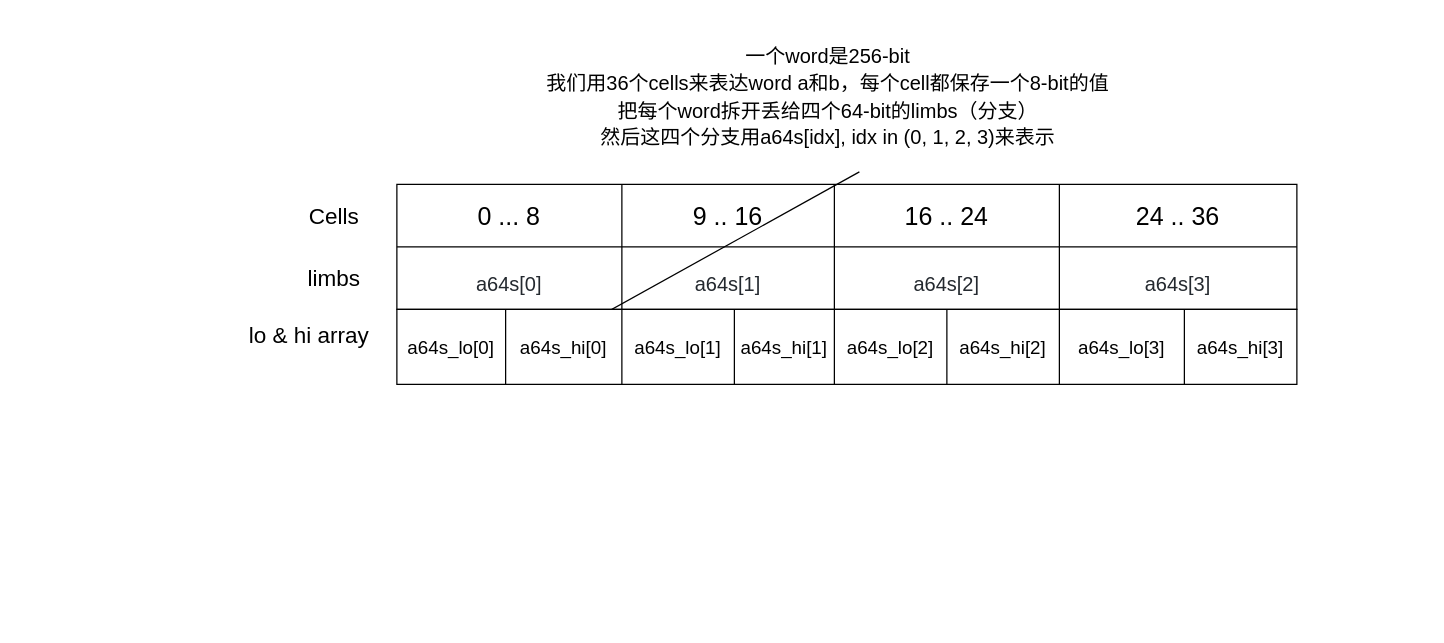
Before: zkevm/SAR opcode.drawio in 0xyicheng/a-research-diagram, a draw.io diagram. Source tidied: cells renumbered, new cells numbered last; positions are measured from the earlier drawing's top-left corner, leaving out a move shared by most shapes. Both pictures are drawn from the tidied source at 125%, with x=0, y=0 at pixel (234, 34).
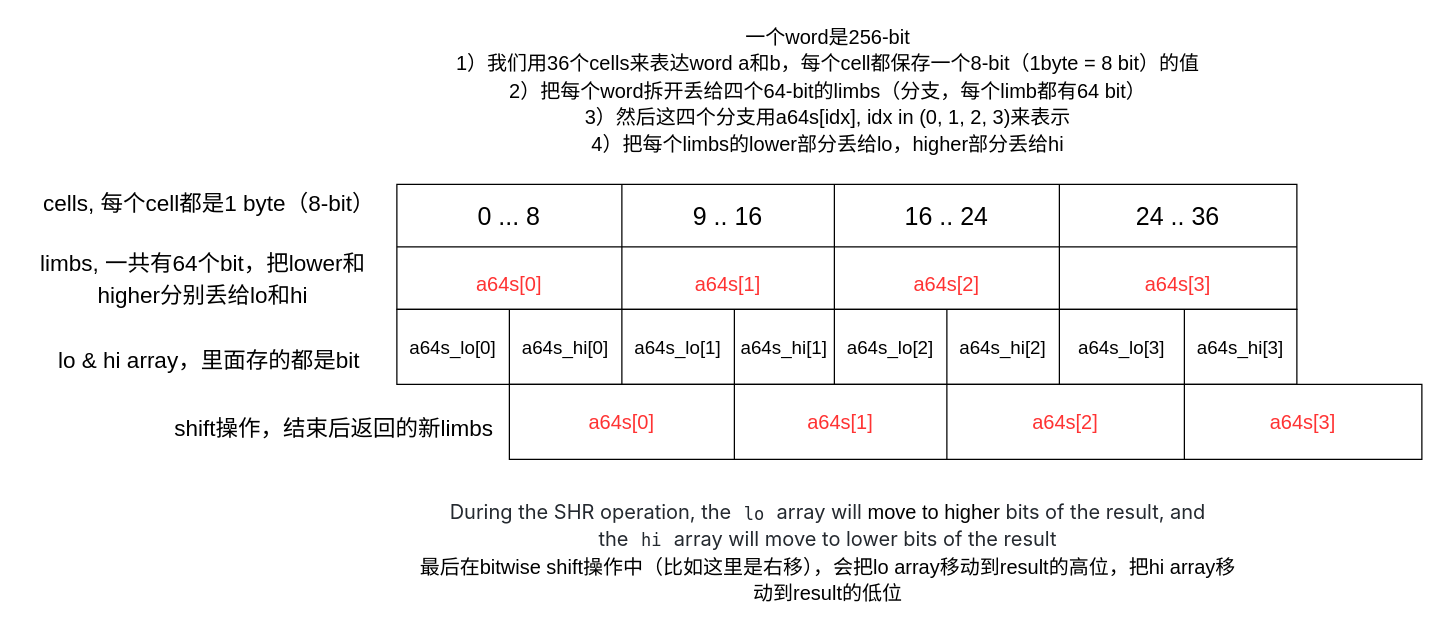
After the change.

Unchanged cells that the change refers to:
```xml
<mxCell id="2" style="shape=table;html=1;whiteSpace=wrap;startSize=0;childLayout=tableLayout;" parent="1" vertex="1">
  <mxGeometry x="130" y="120" width="720" height="100" as="geometry" />
</mxCell>
<mxCell id="8" style="shape=tableRow;horizontal=0;startSize=0;swimlaneHead=0;swimlaneBody=0;top=0;left=0;bottom=0;right=0;fillColor=none;" parent="2" vertex="1">
  <mxGeometry y="50" width="720" height="50" as="geometry" />
</mxCell>
<mxCell id="19" style="shape=tableRow;horizontal=0;startSize=0;swimlaneHead=0;swimlaneBody=0;top=0;left=0;bottom=0;right=0;fillColor=none;fontFamily=Helvetica;fontSize=16;" parent="18" vertex="1">
  <mxGeometry width="720" height="60" as="geometry" />
</mxCell>
```

The edit, as a diff of the source:
```diff
@@
-    <mxCell id="9" value="&lt;pre style=&quot;box-sizing: border-box; margin-top: 0px; margin-bottom: 16px; overflow-wrap: normal; padding: 16px; overflow: auto; line-height: 1.45; background-color: var(--color-canvas-subtle); border-radius: 6px; color: rgb(36, 41, 47);&quot; class=&quot;notranslate&quot;&gt;&lt;code style=&quot;box-sizing: border-box; padding: 0px; margin: 0px; background: transparent; border-radius: 6px; word-break: normal; border: 0px; display: inline; overflow: visible; line-height: inherit; overflow-wrap: normal;&quot;&gt;&lt;font face=&quot;Helvetica&quot; style=&quot;font-size: 16px;&quot;&gt;a64s[0]&lt;/font&gt;&lt;/code&gt;&lt;/pre&gt;" style="shape=partialRectangle;html=1;whiteSpace=wrap;fillColor=none;top=0;left=0;bottom=0;right=0;overflow=hidden;align=center;" parent="8" vertex="1">
+    <mxCell id="9" value="&lt;pre style=&quot;box-sizing: border-box; margin-top: 0px; margin-bottom: 16px; overflow-wrap: normal; padding: 16px; overflow: auto; line-height: 1.45; background-color: var(--color-canvas-subtle); border-radius: 6px;&quot; class=&quot;notranslate&quot;&gt;&lt;code style=&quot;box-sizing: border-box; padding: 0px; margin: 0px; background: transparent; border-radius: 6px; word-break: normal; border: 0px; display: inline; overflow: visible; line-height: inherit; overflow-wrap: normal;&quot;&gt;&lt;font color=&quot;#ff3333&quot; face=&quot;Helvetica&quot; style=&quot;font-size: 16px;&quot;&gt;a64s[0]&lt;/font&gt;&lt;/code&gt;&lt;/pre&gt;" style="shape=partialRectangle;html=1;whiteSpace=wrap;fillColor=none;top=0;left=0;bottom=0;right=0;overflow=hidden;align=center;" parent="8" vertex="1">
       <mxGeometry width="180" height="50" as="geometry" />
     </mxCell>
-    <mxCell id="10" value="&lt;pre style=&quot;background-color: var(--color-canvas-subtle); box-sizing: border-box; margin-top: 0px; margin-bottom: 16px; overflow-wrap: normal; padding: 16px; overflow: auto; line-height: 1.45; border-radius: 6px; color: rgb(36, 41, 47);&quot; class=&quot;notranslate&quot;&gt;&lt;code style=&quot;box-sizing: border-box; padding: 0px; margin: 0px; background: transparent; border-radius: 6px; word-break: normal; border: 0px; display: inline; overflow: visible; line-height: inherit; overflow-wrap: normal;&quot;&gt;&lt;font face=&quot;Helvetica&quot; style=&quot;font-size: 16px;&quot;&gt;a64s[1]&lt;/font&gt;&lt;/code&gt;&lt;/pre&gt;" style="shape=partialRectangle;html=1;whiteSpace=wrap;fillColor=none;top=0;left=0;bottom=0;right=0;overflow=hidden;" parent="8" vertex="1">
+    <mxCell id="10" value="&lt;pre style=&quot;background-color: var(--color-canvas-subtle); box-sizing: border-box; margin-top: 0px; margin-bottom: 16px; overflow-wrap: normal; padding: 16px; overflow: auto; line-height: 1.45; border-radius: 6px;&quot; class=&quot;notranslate&quot;&gt;&lt;code style=&quot;box-sizing: border-box; padding: 0px; margin: 0px; background: transparent; border-radius: 6px; word-break: normal; border: 0px; display: inline; overflow: visible; line-height: inherit; overflow-wrap: normal;&quot;&gt;&lt;font color=&quot;#ff3333&quot; face=&quot;Helvetica&quot; style=&quot;font-size: 16px;&quot;&gt;a64s[1]&lt;/font&gt;&lt;/code&gt;&lt;/pre&gt;" style="shape=partialRectangle;html=1;whiteSpace=wrap;fillColor=none;top=0;left=0;bottom=0;right=0;overflow=hidden;" parent="8" vertex="1">
       <mxGeometry x="180" width="170" height="50" as="geometry" />
     </mxCell>
-    <mxCell id="11" value="&lt;pre style=&quot;background-color: var(--color-canvas-subtle); box-sizing: border-box; margin-top: 0px; margin-bottom: 16px; overflow-wrap: normal; padding: 16px; overflow: auto; line-height: 1.45; border-radius: 6px; color: rgb(36, 41, 47);&quot; class=&quot;notranslate&quot;&gt;&lt;code style=&quot;box-sizing: border-box; padding: 0px; margin: 0px; background: transparent; border-radius: 6px; word-break: normal; border: 0px; display: inline; overflow: visible; line-height: inherit; overflow-wrap: normal;&quot;&gt;&lt;font face=&quot;Helvetica&quot; style=&quot;font-size: 16px;&quot;&gt;a64s[2]&lt;/font&gt;&lt;/code&gt;&lt;/pre&gt;" style="shape=partialRectangle;html=1;whiteSpace=wrap;fillColor=none;top=0;left=0;bottom=0;right=0;overflow=hidden;" parent="8" vertex="1">
+    <mxCell id="11" value="&lt;pre style=&quot;background-color: var(--color-canvas-subtle); box-sizing: border-box; margin-top: 0px; margin-bottom: 16px; overflow-wrap: normal; padding: 16px; overflow: auto; line-height: 1.45; border-radius: 6px;&quot; class=&quot;notranslate&quot;&gt;&lt;code style=&quot;box-sizing: border-box; padding: 0px; margin: 0px; background: transparent; border-radius: 6px; word-break: normal; border: 0px; display: inline; overflow: visible; line-height: inherit; overflow-wrap: normal;&quot;&gt;&lt;font color=&quot;#ff3333&quot; face=&quot;Helvetica&quot; style=&quot;font-size: 16px;&quot;&gt;a64s[2]&lt;/font&gt;&lt;/code&gt;&lt;/pre&gt;" style="shape=partialRectangle;html=1;whiteSpace=wrap;fillColor=none;top=0;left=0;bottom=0;right=0;overflow=hidden;" parent="8" vertex="1">
       <mxGeometry x="350" width="180" height="50" as="geometry" />
     </mxCell>
-    <mxCell id="12" value="&lt;pre style=&quot;background-color: var(--color-canvas-subtle); box-sizing: border-box; margin-top: 0px; margin-bottom: 16px; overflow-wrap: normal; padding: 16px; overflow: auto; line-height: 1.45; border-radius: 6px; color: rgb(36, 41, 47);&quot; class=&quot;notranslate&quot;&gt;&lt;code style=&quot;box-sizing: border-box; padding: 0px; margin: 0px; background: transparent; border-radius: 6px; word-break: normal; border: 0px; display: inline; overflow: visible; line-height: inherit; overflow-wrap: normal;&quot;&gt;&lt;font face=&quot;Helvetica&quot; style=&quot;font-size: 16px;&quot;&gt;a64s[3]&lt;/font&gt;&lt;/code&gt;&lt;/pre&gt;" style="shape=partialRectangle;html=1;whiteSpace=wrap;fillColor=none;top=0;left=0;bottom=0;right=0;overflow=hidden;" parent="8" vertex="1">
+    <mxCell id="12" value="&lt;pre style=&quot;background-color: var(--color-canvas-subtle); box-sizing: border-box; margin-top: 0px; margin-bottom: 16px; overflow-wrap: normal; padding: 16px; overflow: auto; line-height: 1.45; border-radius: 6px;&quot; class=&quot;notranslate&quot;&gt;&lt;code style=&quot;box-sizing: border-box; padding: 0px; margin: 0px; background: transparent; border-radius: 6px; word-break: normal; border: 0px; display: inline; overflow: visible; line-height: inherit; overflow-wrap: normal;&quot;&gt;&lt;font color=&quot;#ff3333&quot; face=&quot;Helvetica&quot; style=&quot;font-size: 16px;&quot;&gt;a64s[3]&lt;/font&gt;&lt;/code&gt;&lt;/pre&gt;" style="shape=partialRectangle;html=1;whiteSpace=wrap;fillColor=none;top=0;left=0;bottom=0;right=0;overflow=hidden;" parent="8" vertex="1">
       <mxGeometry x="530" width="190" height="50" as="geometry" />
     </mxCell>
-    <mxCell id="13" style="endArrow=none;html=1;rounded=0;fontFamily=Helvetica;fontSize=16;exitX=0.118;exitY=0.02;exitDx=0;exitDy=0;exitPerimeter=0;" parent="2" edge="1">
-      <mxGeometry relative="1" as="geometry">
-        <mxPoint x="370" y="-10" as="sourcePoint" />
-        <mxPoint x="82" y="150" as="targetPoint" />
-      </mxGeometry>
-    </mxCell>
-    <mxCell id="14" value="&lt;font style=&quot;font-size: 18px;&quot;&gt;Cells&lt;/font&gt;" style="text;html=1;strokeColor=none;fillColor=none;align=center;verticalAlign=middle;whiteSpace=wrap;rounded=0;fontSize=20;" parent="1" vertex="1">
-      <mxGeometry x="50" y="130" width="60" height="30" as="geometry" />
+    <mxCell id="14" value="&lt;font style=&quot;font-size: 18px;&quot;&gt;cells, 每个cell都是1 byte（8-bit）&lt;/font&gt;" style="text;html=1;strokeColor=none;fillColor=none;align=center;verticalAlign=middle;whiteSpace=wrap;rounded=0;fontSize=20;" parent="1" vertex="1">
+      <mxGeometry x="-160" y="120" width="280" height="30" as="geometry" />
     </mxCell>
-    <mxCell id="15" value="&lt;font style=&quot;font-size: 16px;&quot;&gt;一个word是256-bit&lt;br&gt;我们用36个cells来表达word a和b，每个cell都保存一个8-bit的值&lt;br&gt;把每个word拆开丢给四个64-bit的limbs（分支）&lt;br&gt;然后这四个分支用a64s[idx], idx in (0, 1, 2, 3)来表示&lt;br&gt;&lt;/font&gt;" style="text;html=1;strokeColor=none;fillColor=none;align=center;verticalAlign=middle;whiteSpace=wrap;rounded=0;fontSize=18;" parent="1" vertex="1">
-      <mxGeometry x="210" width="530" height="100" as="geometry" />
+    <mxCell id="15" value="&lt;font style=&quot;font-size: 16px;&quot;&gt;一个word是256-bit&lt;br&gt;1）我们用36个cells来表达word a和b，每个cell都保存一个8-bit（1byte = 8 bit）的值&lt;br&gt;2）把每个word拆开丢给四个64-bit的limbs（分支，每个limb都有64 bit）&lt;br&gt;3）然后这四个分支用a64s[idx], idx in (0, 1, 2, 3)来表示&lt;br&gt;4）把每个limbs的lower部分丢给lo，higher部分丢给hi&lt;br&gt;&lt;/font&gt;" style="text;html=1;strokeColor=none;fillColor=none;align=center;verticalAlign=middle;whiteSpace=wrap;rounded=0;fontSize=18;" parent="1" vertex="1">
+      <mxGeometry x="145" y="-10" width="660" height="110" as="geometry" />
     </mxCell>
-    <mxCell id="16" value="&lt;font style=&quot;font-size: 18px;&quot;&gt;limbs&lt;/font&gt;" style="text;html=1;strokeColor=none;fillColor=none;align=center;verticalAlign=middle;whiteSpace=wrap;rounded=0;fontSize=20;" parent="1" vertex="1">
-      <mxGeometry x="50" y="180" width="60" height="30" as="geometry" />
+    <mxCell id="16" value="&lt;font style=&quot;font-size: 18px;&quot;&gt;limbs, 一共有64个bit，把lower和higher分别丢给lo和hi&lt;/font&gt;" style="text;html=1;strokeColor=none;fillColor=none;align=center;verticalAlign=middle;whiteSpace=wrap;rounded=0;fontSize=20;" parent="1" vertex="1">
+      <mxGeometry x="-170" y="180" width="290" height="30" as="geometry" />
     </mxCell>
-    <mxCell id="17" value="&lt;font style=&quot;font-size: 18px;&quot;&gt;lo &amp;amp; hi array&lt;/font&gt;" style="text;html=1;strokeColor=none;fillColor=none;align=center;verticalAlign=middle;whiteSpace=wrap;rounded=0;fontSize=20;" parent="1" vertex="1">
-      <mxGeometry y="220" width="120" height="40" as="geometry" />
+    <mxCell id="17" value="&lt;font style=&quot;font-size: 18px;&quot;&gt;lo &amp;amp; hi array，里面存的都是bit&lt;/font&gt;" style="text;html=1;strokeColor=none;fillColor=none;align=center;verticalAlign=middle;whiteSpace=wrap;rounded=0;fontSize=20;" parent="1" vertex="1">
+      <mxGeometry x="-145" y="240" width="250" height="40" as="geometry" />
     </mxCell>
@@
     <mxCell id="20" value="&lt;font style=&quot;font-size: 15px;&quot;&gt;a64s_lo[0]&lt;/font&gt;" style="shape=partialRectangle;html=1;whiteSpace=wrap;fillColor=none;top=0;left=0;bottom=0;right=0;overflow=hidden;fontFamily=Helvetica;fontSize=16;" parent="19" vertex="1">
-      <mxGeometry width="87" height="60" as="geometry" />
+      <mxGeometry width="90" height="60" as="geometry" />
     </mxCell>
     <mxCell id="21" value="&lt;span style=&quot;font-size: 15px;&quot;&gt;a64s_hi[0]&lt;/span&gt;" style="shape=partialRectangle;html=1;whiteSpace=wrap;fillColor=none;top=0;left=0;bottom=0;right=0;overflow=hidden;fontFamily=Helvetica;fontSize=16;" parent="19" vertex="1">
-      <mxGeometry x="87" width="93" height="60" as="geometry" />
+      <mxGeometry x="90" width="90" height="60" as="geometry" />
     </mxCell>
@@
+    <mxCell id="28" style="shape=table;html=1;whiteSpace=wrap;startSize=0;childLayout=tableLayout;" parent="1" vertex="1">
+      <mxGeometry x="220" y="280" width="730" height="60" as="geometry" />
+    </mxCell>
+    <mxCell id="29" style="shape=tableRow;horizontal=0;startSize=0;swimlaneHead=0;swimlaneBody=0;top=0;left=0;bottom=0;right=0;fillColor=none;" parent="28" vertex="1">
+      <mxGeometry width="730" height="60" as="geometry" />
+    </mxCell>
+    <mxCell id="30" value="&lt;pre style=&quot;background-color: var(--color-canvas-subtle); box-sizing: border-box; margin-top: 0px; margin-bottom: 16px; overflow-wrap: normal; padding: 16px; overflow: auto; line-height: 1.45; border-radius: 6px;&quot; class=&quot;notranslate&quot;&gt;&lt;code style=&quot;box-sizing: border-box; padding: 0px; margin: 0px; background: transparent; border-radius: 6px; word-break: normal; border: 0px; display: inline; overflow: visible; line-height: inherit; overflow-wrap: normal;&quot;&gt;&lt;font color=&quot;#ff3333&quot; style=&quot;font-size: 16px;&quot; face=&quot;Helvetica&quot;&gt;a64s[0]&lt;/font&gt;&lt;/code&gt;&lt;/pre&gt;" style="shape=partialRectangle;html=1;whiteSpace=wrap;fillColor=none;top=0;left=0;bottom=0;right=0;overflow=hidden;" parent="29" vertex="1">
+      <mxGeometry width="180" height="60" as="geometry" />
+    </mxCell>
+    <mxCell id="31" value="&lt;pre style=&quot;background-color: var(--color-canvas-subtle); box-sizing: border-box; margin-top: 0px; margin-bottom: 16px; overflow-wrap: normal; padding: 16px; overflow: auto; line-height: 1.45; border-radius: 6px;&quot; class=&quot;notranslate&quot;&gt;&lt;code style=&quot;box-sizing: border-box; padding: 0px; margin: 0px; background: transparent; border-radius: 6px; word-break: normal; border: 0px; display: inline; overflow: visible; line-height: inherit; overflow-wrap: normal;&quot;&gt;&lt;font color=&quot;#ff3333&quot; style=&quot;font-size: 16px;&quot; face=&quot;Helvetica&quot;&gt;a64s[1]&lt;/font&gt;&lt;/code&gt;&lt;/pre&gt;" style="shape=partialRectangle;html=1;whiteSpace=wrap;fillColor=none;top=0;left=0;bottom=0;right=0;overflow=hidden;" parent="29" vertex="1">
+      <mxGeometry x="180" width="170" height="60" as="geometry" />
+    </mxCell>
+    <mxCell id="32" value="&lt;pre style=&quot;background-color: var(--color-canvas-subtle); box-sizing: border-box; margin-top: 0px; margin-bottom: 16px; overflow-wrap: normal; padding: 16px; overflow: auto; line-height: 1.45; border-radius: 6px;&quot; class=&quot;notranslate&quot;&gt;&lt;code style=&quot;box-sizing: border-box; padding: 0px; margin: 0px; background: transparent; border-radius: 6px; word-break: normal; border: 0px; display: inline; overflow: visible; line-height: inherit; overflow-wrap: normal;&quot;&gt;&lt;font color=&quot;#ff3333&quot; style=&quot;font-size: 16px;&quot; face=&quot;Helvetica&quot;&gt;a64s[2]&lt;/font&gt;&lt;/code&gt;&lt;/pre&gt;" style="shape=partialRectangle;html=1;whiteSpace=wrap;fillColor=none;top=0;left=0;bottom=0;right=0;overflow=hidden;" parent="29" vertex="1">
+      <mxGeometry x="350" width="190" height="60" as="geometry" />
+    </mxCell>
+    <mxCell id="33" value="&lt;pre style=&quot;background-color: var(--color-canvas-subtle); box-sizing: border-box; margin-top: 0px; margin-bottom: 16px; overflow-wrap: normal; padding: 16px; overflow: auto; line-height: 1.45; border-radius: 6px;&quot; class=&quot;notranslate&quot;&gt;&lt;code style=&quot;box-sizing: border-box; padding: 0px; margin: 0px; background: transparent; border-radius: 6px; word-break: normal; border: 0px; display: inline; overflow: visible; line-height: inherit; overflow-wrap: normal;&quot;&gt;&lt;font color=&quot;#ff3333&quot; style=&quot;font-size: 16px;&quot; face=&quot;Helvetica&quot;&gt;a64s[3]&lt;/font&gt;&lt;/code&gt;&lt;/pre&gt;" style="shape=partialRectangle;html=1;whiteSpace=wrap;fillColor=none;top=0;left=0;bottom=0;right=0;overflow=hidden;" parent="29" vertex="1">
+      <mxGeometry x="540" width="190" height="60" as="geometry" />
+    </mxCell>
+    <mxCell id="34" value="&lt;font style=&quot;font-size: 16px;&quot;&gt;&lt;span style=&quot;color: rgb(36, 41, 47); font-family: -apple-system, &amp;quot;system-ui&amp;quot;, &amp;quot;Segoe UI&amp;quot;, Helvetica, Arial, sans-serif, &amp;quot;Apple Color Emoji&amp;quot;, &amp;quot;Segoe UI Emoji&amp;quot;; text-align: start; background-color: rgb(255, 255, 255);&quot;&gt;During the SHR operation, the&amp;nbsp;&lt;/span&gt;&lt;code style=&quot;box-sizing: border-box; font-family: ui-monospace, SFMono-Regular, &amp;quot;SF Mono&amp;quot;, Menlo, Consolas, &amp;quot;Liberation Mono&amp;quot;, monospace; font-size: 13.6px; padding: 0.2em 0.4em; margin: 0px; background-color: var(--color-neutral-muted); border-radius: 6px; color: rgb(36, 41, 47); text-align: start;&quot;&gt;lo&lt;/code&gt;&lt;span style=&quot;color: rgb(36, 41, 47); font-family: -apple-system, &amp;quot;system-ui&amp;quot;, &amp;quot;Segoe UI&amp;quot;, Helvetica, Arial, sans-serif, &amp;quot;Apple Color Emoji&amp;quot;, &amp;quot;Segoe UI Emoji&amp;quot;; text-align: start; background-color: rgb(255, 255, 255);&quot;&gt;&amp;nbsp;array will&amp;nbsp;&lt;/span&gt;move to higher&lt;span style=&quot;color: rgb(36, 41, 47); font-family: -apple-system, &amp;quot;system-ui&amp;quot;, &amp;quot;Segoe UI&amp;quot;, Helvetica, Arial, sans-serif, &amp;quot;Apple Color Emoji&amp;quot;, &amp;quot;Segoe UI Emoji&amp;quot;; text-align: start; background-color: rgb(255, 255, 255);&quot;&gt;&amp;nbsp;bits of the result, and the&amp;nbsp;&lt;/span&gt;&lt;code style=&quot;box-sizing: border-box; font-family: ui-monospace, SFMono-Regular, &amp;quot;SF Mono&amp;quot;, Menlo, Consolas, &amp;quot;Liberation Mono&amp;quot;, monospace; font-size: 13.6px; padding: 0.2em 0.4em; margin: 0px; background-color: var(--color-neutral-muted); border-radius: 6px; color: rgb(36, 41, 47); text-align: start;&quot;&gt;hi&lt;/code&gt;&lt;span style=&quot;color: rgb(36, 41, 47); font-family: -apple-system, &amp;quot;system-ui&amp;quot;, &amp;quot;Segoe UI&amp;quot;, Helvetica, Arial, sans-serif, &amp;quot;Apple Color Emoji&amp;quot;, &amp;quot;Segoe UI Emoji&amp;quot;; text-align: start; background-color: rgb(255, 255, 255);&quot;&gt;&amp;nbsp;array will move to lower bits of the result&lt;br&gt;&lt;/span&gt;最后在bitwise shift操作中（比如这里是右移），会把lo array移动到result的高位，把hi array移动到result的低位&lt;br&gt;&lt;/font&gt;" style="text;html=1;strokeColor=none;fillColor=none;align=center;verticalAlign=middle;whiteSpace=wrap;rounded=0;fontSize=18;" parent="1" vertex="1">
+      <mxGeometry x="145" y="360" width="660" height="110" as="geometry" />
+    </mxCell>
+    <mxCell id="35" value="&lt;font style=&quot;font-size: 18px;&quot;&gt;shift操作，结束后返回的新limbs&lt;/font&gt;" style="text;html=1;strokeColor=none;fillColor=none;align=center;verticalAlign=middle;whiteSpace=wrap;rounded=0;fontSize=20;" parent="1" vertex="1">
+      <mxGeometry x="-60" y="300" width="280" height="30" as="geometry" />
+    </mxCell>
```
